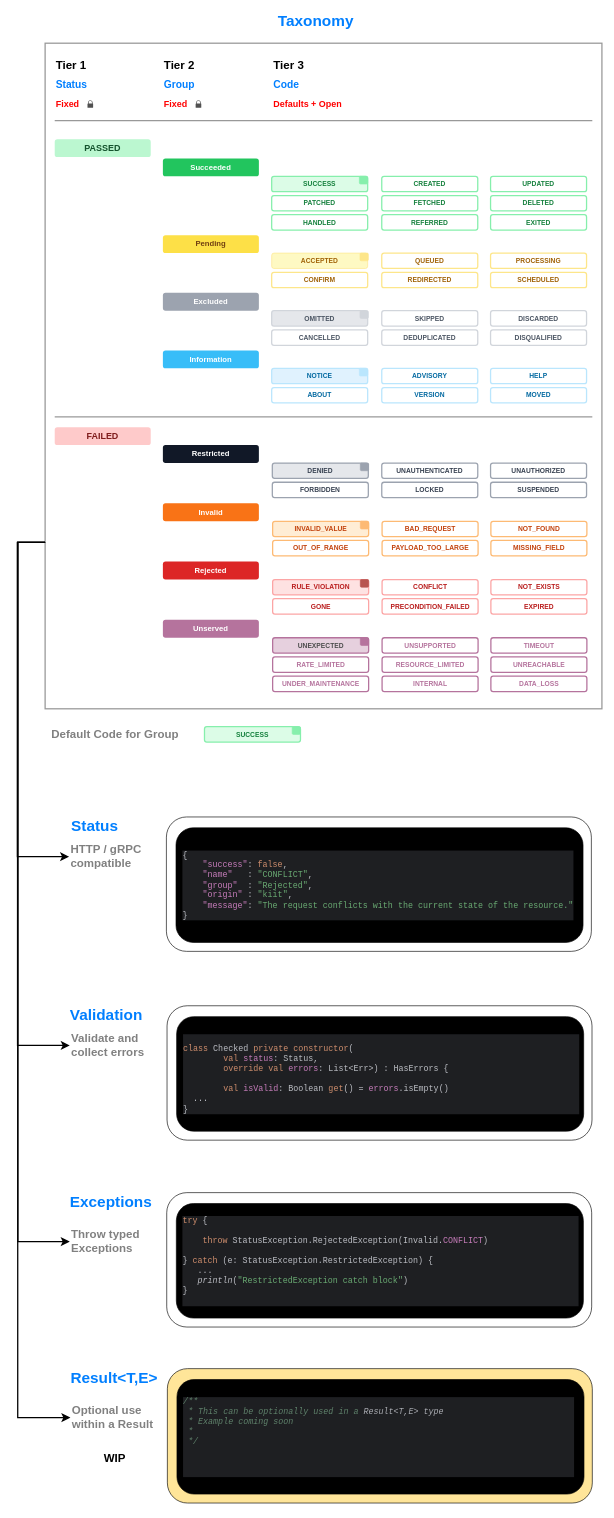
Earlier version of the draw.io diagram assets/kiit-codes.drawio (slatekit/kiit-codes). Source tidied: cells renumbered, new cells numbered last; positions are measured from the earlier drawing's top-left corner, leaving out a move shared by most shapes. Both pictures are drawn from the tidied source at 64%, with x=0, y=0 at pixel (17, 11).
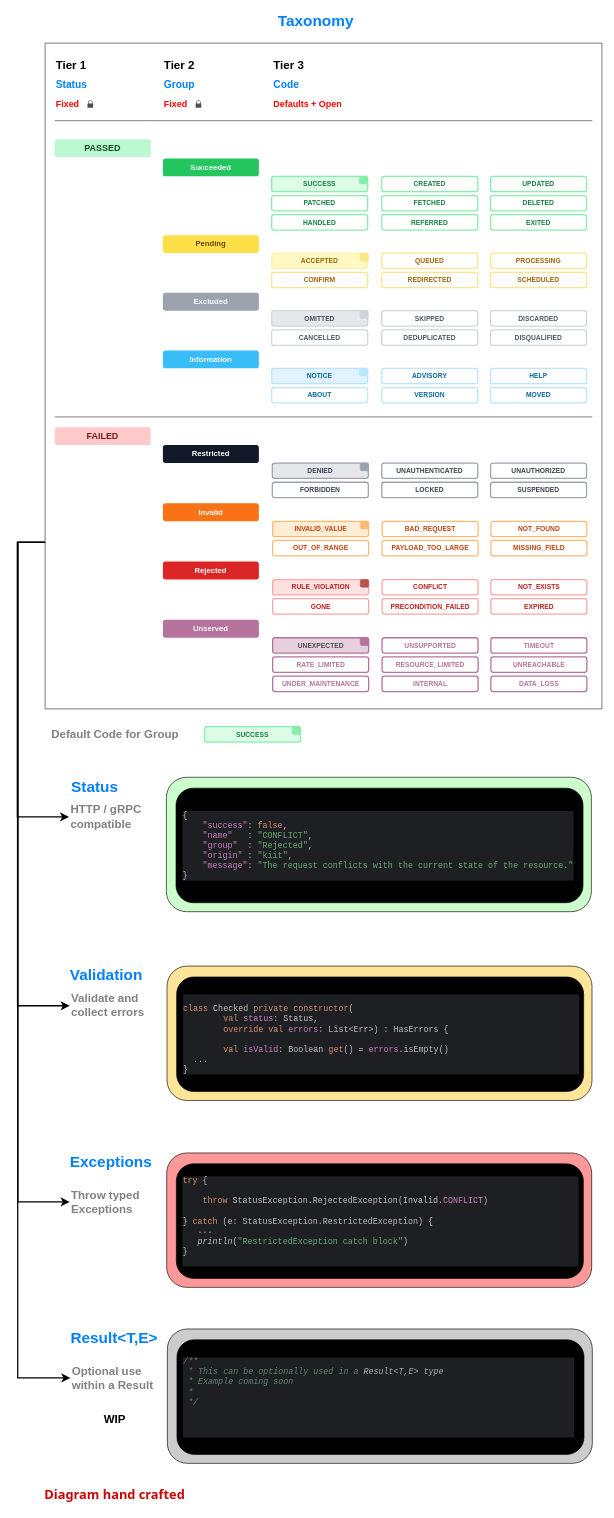
After the change.

Change to the diagram source:
```diff
@@
     <mxCell id="81" value="&lt;font style=&quot;font-size: 24px;&quot;&gt;&lt;b style=&quot;color: rgb(0, 127, 255);&quot;&gt;Status&lt;/b&gt;&lt;/font&gt;" style="text;html=1;whiteSpace=wrap;strokeColor=none;fillColor=none;align=left;verticalAlign=middle;rounded=0;fontColor=#FF0000;" parent="1" vertex="1">
-      <mxGeometry x="82" y="1259" width="119" height="30" as="geometry" />
+      <mxGeometry x="82" y="1197" width="119" height="30" as="geometry" />
     </mxCell>
     <mxCell id="82" value="&lt;font style=&quot;font-size: 18px;&quot;&gt;&lt;b style=&quot;color: rgb(128, 128, 128);&quot;&gt;HTTP / gRPC compatible&lt;/b&gt;&lt;/font&gt;" style="text;html=1;whiteSpace=wrap;strokeColor=none;fillColor=none;align=left;verticalAlign=middle;rounded=0;" parent="1" vertex="1">
-      <mxGeometry x="80.5" y="1289" width="143" height="64" as="geometry" />
+      <mxGeometry x="80.5" y="1227" width="143" height="64" as="geometry" />
     </mxCell>
     <mxCell id="83" style="group;" parent="1" vertex="1">
-      <mxGeometry x="232.5" y="1259" width="664" height="210" as="geometry" />
+      <mxGeometry x="232.5" y="1197" width="664" height="210" as="geometry" />
     </mxCell>
-    <mxCell id="84" style="rounded=1;whiteSpace=wrap;html=1;" parent="83" vertex="1">
+    <mxCell id="84" style="rounded=1;whiteSpace=wrap;html=1;fillColor=#CCFFCC;" parent="83" vertex="1">
       <mxGeometry width="664" height="210" as="geometry" />
     </mxCell>
@@
     <mxCell id="86" value="&lt;font style=&quot;font-size: 24px;&quot;&gt;&lt;b style=&quot;color: rgb(0, 127, 255);&quot;&gt;Validation&lt;/b&gt;&lt;/font&gt;" style="text;html=1;whiteSpace=wrap;strokeColor=none;fillColor=none;align=left;verticalAlign=middle;rounded=0;fontColor=#FF0000;" parent="1" vertex="1">
-      <mxGeometry x="80" y="1554" width="119" height="30" as="geometry" />
+      <mxGeometry x="80" y="1492" width="119" height="30" as="geometry" />
     </mxCell>
     <mxCell id="87" value="&lt;font style=&quot;font-size: 18px;&quot;&gt;&lt;b style=&quot;color: rgb(128, 128, 128);&quot;&gt;Validate and collect errors&lt;/b&gt;&lt;/font&gt;" style="text;html=1;whiteSpace=wrap;strokeColor=none;fillColor=none;align=left;verticalAlign=middle;rounded=0;" parent="1" vertex="1">
-      <mxGeometry x="81.5" y="1584" width="150" height="64" as="geometry" />
+      <mxGeometry x="81.5" y="1522" width="150" height="64" as="geometry" />
     </mxCell>
     <mxCell id="88" style="group;" parent="1" vertex="1">
-      <mxGeometry x="233.5" y="1554" width="664" height="210" as="geometry" />
+      <mxGeometry x="233.5" y="1492" width="664" height="210" as="geometry" />
     </mxCell>
-    <mxCell id="89" style="rounded=1;whiteSpace=wrap;html=1;" parent="88" vertex="1">
+    <mxCell id="89" style="rounded=1;whiteSpace=wrap;html=1;fillColor=#FFE599;" parent="88" vertex="1">
       <mxGeometry width="664" height="210" as="geometry" />
     </mxCell>
@@
     <mxCell id="91" value="&lt;font style=&quot;font-size: 24px;&quot;&gt;&lt;b style=&quot;color: rgb(0, 127, 255);&quot;&gt;Exceptions&lt;/b&gt;&lt;/font&gt;" style="text;html=1;whiteSpace=wrap;strokeColor=none;fillColor=none;align=left;verticalAlign=middle;rounded=0;fontColor=#FF0000;" parent="1" vertex="1">
-      <mxGeometry x="80" y="1846" width="119" height="30" as="geometry" />
+      <mxGeometry x="80" y="1784" width="119" height="30" as="geometry" />
     </mxCell>
     <mxCell id="92" value="&lt;font style=&quot;font-size: 18px;&quot;&gt;&lt;b style=&quot;color: rgb(128, 128, 128);&quot;&gt;Throw typed Exceptions&lt;/b&gt;&lt;/font&gt;" style="text;html=1;whiteSpace=wrap;strokeColor=none;fillColor=none;align=left;verticalAlign=middle;rounded=0;" parent="1" vertex="1">
-      <mxGeometry x="81.5" y="1880" width="150" height="85" as="geometry" />
+      <mxGeometry x="81.5" y="1818" width="150" height="85" as="geometry" />
     </mxCell>
     <mxCell id="93" style="group;" parent="1" vertex="1">
-      <mxGeometry x="233" y="1846" width="664" height="210" as="geometry" />
+      <mxGeometry x="233" y="1784" width="664" height="210" as="geometry" />
     </mxCell>
-    <mxCell id="94" style="rounded=1;whiteSpace=wrap;html=1;" parent="93" vertex="1">
+    <mxCell id="94" style="rounded=1;whiteSpace=wrap;html=1;fillColor=#FF9999;" parent="93" vertex="1">
       <mxGeometry width="664" height="210" as="geometry" />
     </mxCell>
@@
     <mxCell id="99" value="&lt;font style=&quot;font-size: 24px;&quot;&gt;&lt;b style=&quot;color: rgb(0, 127, 255);&quot;&gt;Result&amp;lt;T,E&amp;gt;&lt;/b&gt;&lt;/font&gt;" style="text;html=1;whiteSpace=wrap;strokeColor=none;fillColor=none;align=left;verticalAlign=middle;rounded=0;fontColor=#FF0000;" parent="1" vertex="1">
-      <mxGeometry x="81" y="2121" width="119" height="30" as="geometry" />
+      <mxGeometry x="81" y="2059" width="119" height="30" as="geometry" />
     </mxCell>
     <mxCell id="100" value="&lt;font color=&quot;#808080&quot;&gt;&lt;span style=&quot;font-size: 18px;&quot;&gt;&lt;b&gt;Optional use within a Result&amp;nbsp;&lt;/b&gt;&lt;/span&gt;&lt;/font&gt;" style="text;html=1;whiteSpace=wrap;strokeColor=none;fillColor=none;align=left;verticalAlign=middle;rounded=0;" parent="1" vertex="1">
-      <mxGeometry x="82.5" y="2155" width="150" height="85" as="geometry" />
+      <mxGeometry x="82.5" y="2093" width="150" height="85" as="geometry" />
     </mxCell>
     <mxCell id="101" style="group;" parent="1" vertex="1">
-      <mxGeometry x="234" y="2121" width="664" height="210" as="geometry" />
+      <mxGeometry x="234" y="2059" width="664" height="210" as="geometry" />
     </mxCell>
-    <mxCell id="102" style="rounded=1;whiteSpace=wrap;html=1;fillColor=#FFE599;" parent="101" vertex="1">
+    <mxCell id="102" style="rounded=1;whiteSpace=wrap;html=1;fillColor=#CCCCCC;" parent="101" vertex="1">
       <mxGeometry width="664" height="210" as="geometry" />
     </mxCell>
@@
     <mxCell id="117" value="&lt;font&gt;&lt;span style=&quot;font-size: 18px; color: rgb(0, 0, 0);&quot;&gt;&lt;b style=&quot;&quot;&gt;WIP&lt;/b&gt;&lt;/span&gt;&lt;/font&gt;" style="text;html=1;whiteSpace=wrap;strokeColor=none;fillColor=none;align=center;verticalAlign=middle;rounded=0;" parent="1" vertex="1">
-      <mxGeometry x="77" y="2235" width="150" height="54" as="geometry" />
+      <mxGeometry x="77" y="2173" width="150" height="54" as="geometry" />
     </mxCell>
+    <mxCell id="118" value="&lt;font style=&quot;font-size: 20px;&quot;&gt;&lt;b style=&quot;color: rgb(204, 0, 0);&quot;&gt;Diagram hand crafted&lt;/b&gt;&lt;/font&gt;" style="text;html=1;whiteSpace=wrap;strokeColor=none;fillColor=none;align=center;verticalAlign=middle;rounded=0;fontFamily=Tahoma;" parent="1" vertex="1">
+      <mxGeometry x="28" y="2295" width="248" height="43" as="geometry" />
+    </mxCell>
```
